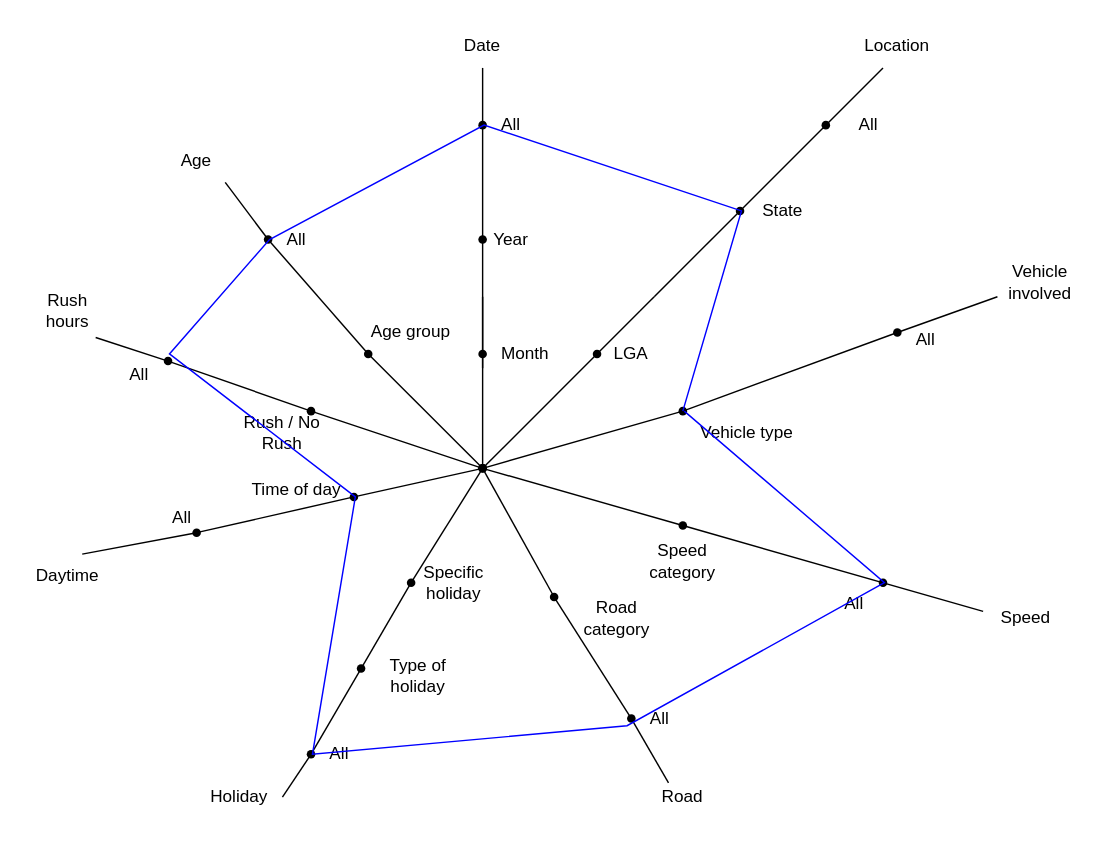
gambit0070/Data-Warehouse keeps this draw.io diagram as Stars/Star_q1.drawio. Above is the earlier version. Source tidied: cells renumbered, new cells numbered last; positions are measured from the earlier drawing's top-left corner, leaving out a move shared by most shapes. Both pictures are drawn from the tidied source at 143%, with x=0, y=0 at pixel (24, 24).
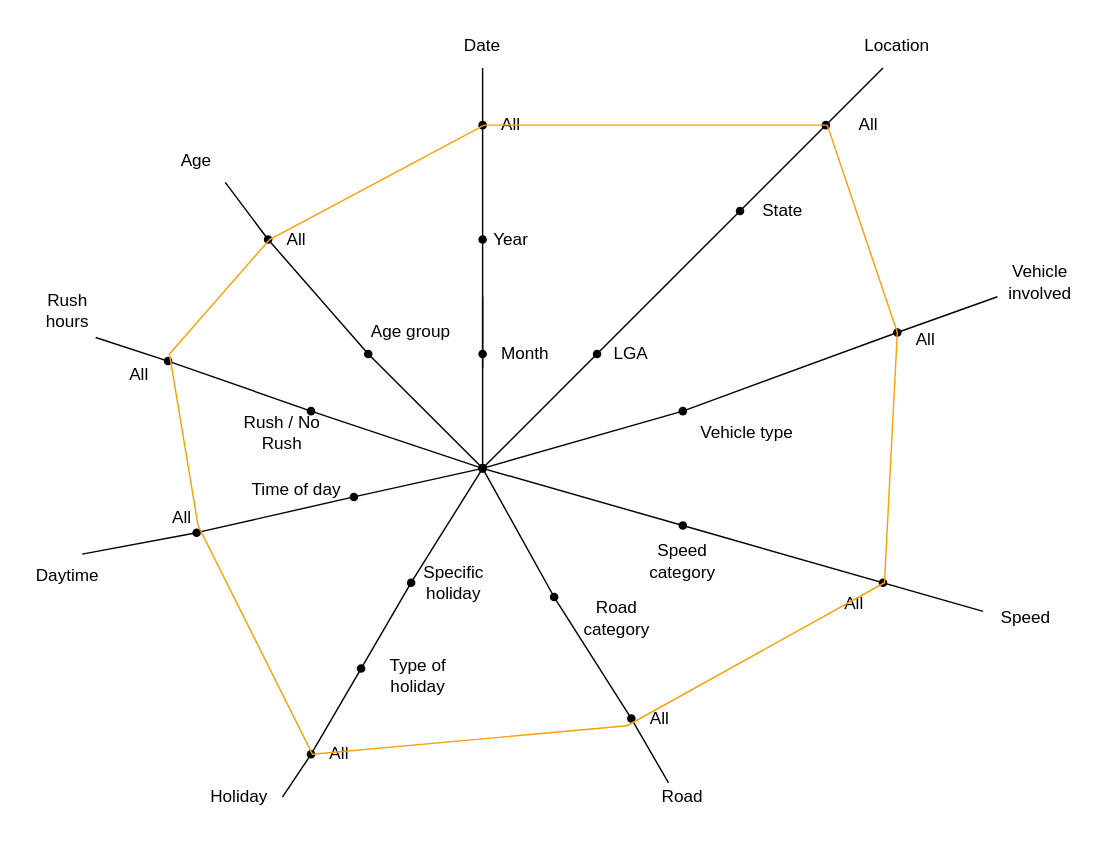
The same diagram, later.

Unchanged cells that the change refers to:
```xml
<mxCell id="17" style="shape=waypoint;sketch=0;fillStyle=solid;size=6;points=[];fillColor=none;perimeter=centerPerimeter;snapToPoint=1;" parent="1" vertex="1">
  <mxGeometry x="450" y="260" width="20" height="20" as="geometry" />
</mxCell>
<mxCell id="61" style="shape=waypoint;sketch=0;fillStyle=solid;size=6;points=[];fillColor=none;perimeter=centerPerimeter;snapToPoint=1;" parent="1" vertex="1">
  <mxGeometry x="600" y="205" width="20" height="20" as="geometry" />
</mxCell>
```

What changed in the source:
```diff
@@
-    <mxCell id="89" style="endArrow=none;html=1;rounded=0;exitX=0.236;exitY=0.41;exitDx=0;exitDy=0;exitPerimeter=0;fillColor=#0000FF;strokeColor=#0000FF;" parent="1" edge="1" source="17">
+    <mxCell id="89" style="endArrow=none;html=1;rounded=0;fillColor=#0000FF;strokeColor=#FF9F05;entryX=0.45;entryY=0.75;entryDx=0;entryDy=0;entryPerimeter=0;" parent="1" edge="1" source="61" target="61">
       <mxGeometry relative="1" as="geometry">
-        <mxPoint x="461" y="270" as="targetPoint" />
         <Array as="points">
-          <mxPoint x="501" y="130" />
+          <mxPoint x="561" y="70" />
           <mxPoint x="321" y="70" />
           <mxPoint x="171" y="150" />
           <mxPoint x="101" y="230" />
-          <mxPoint x="231" y="330" />
+          <mxPoint x="121" y="350" />
           <mxPoint x="201" y="510" />
           <mxPoint x="421" y="490" />
           <mxPoint x="601" y="390" />
         </Array>
       </mxGeometry>
     </mxCell>
```
